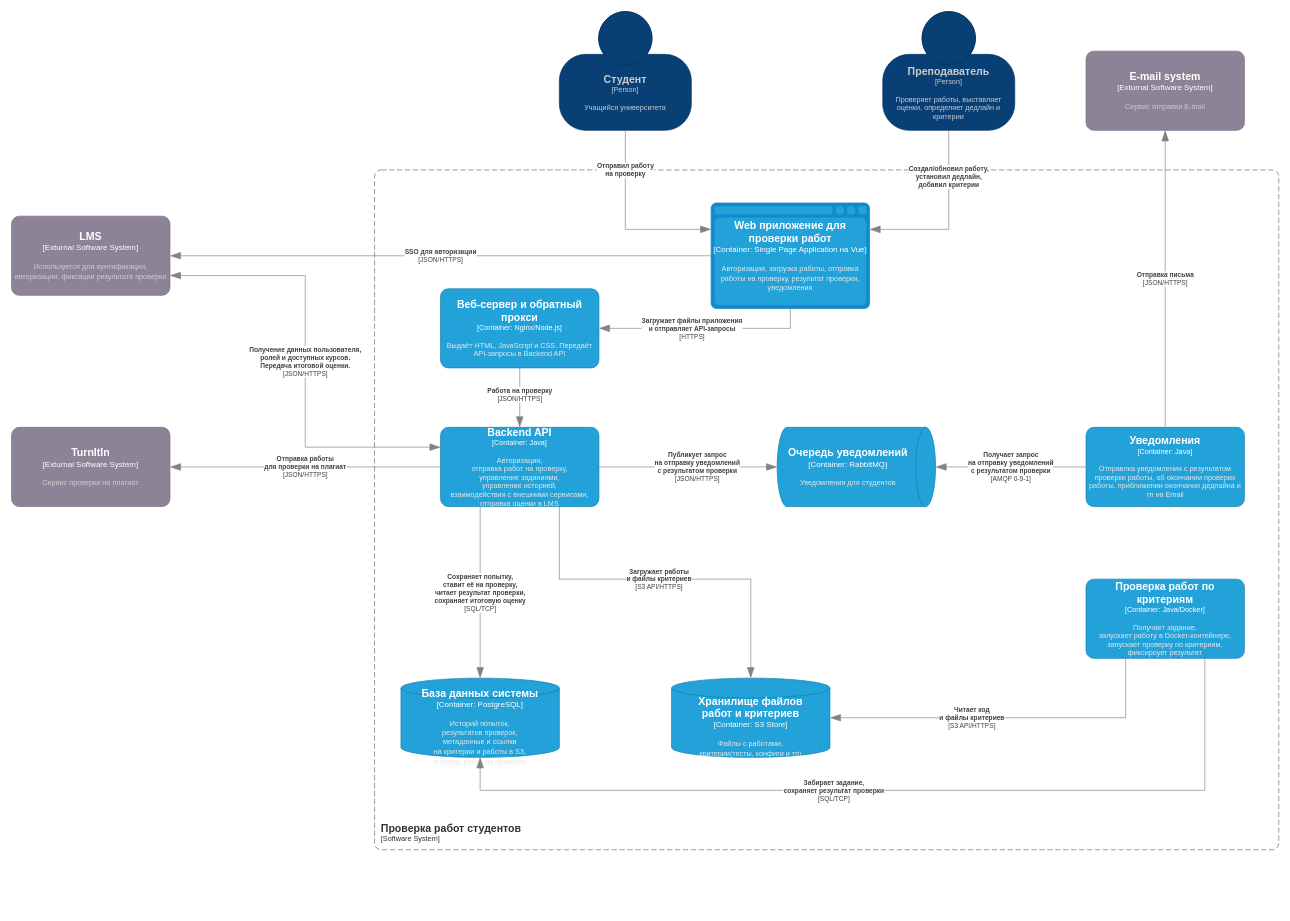
uHiderovich/otus-arch-po keeps this draw.io diagram as HW4/containers.drawio. Above is the earlier version. Source tidied: cells renumbered, new cells numbered last; positions are measured from the earlier drawing's top-left corner, leaving out a move shared by most shapes. Both pictures are drawn from the tidied source at 66%, with x=0, y=0 at pixel (11, 11).
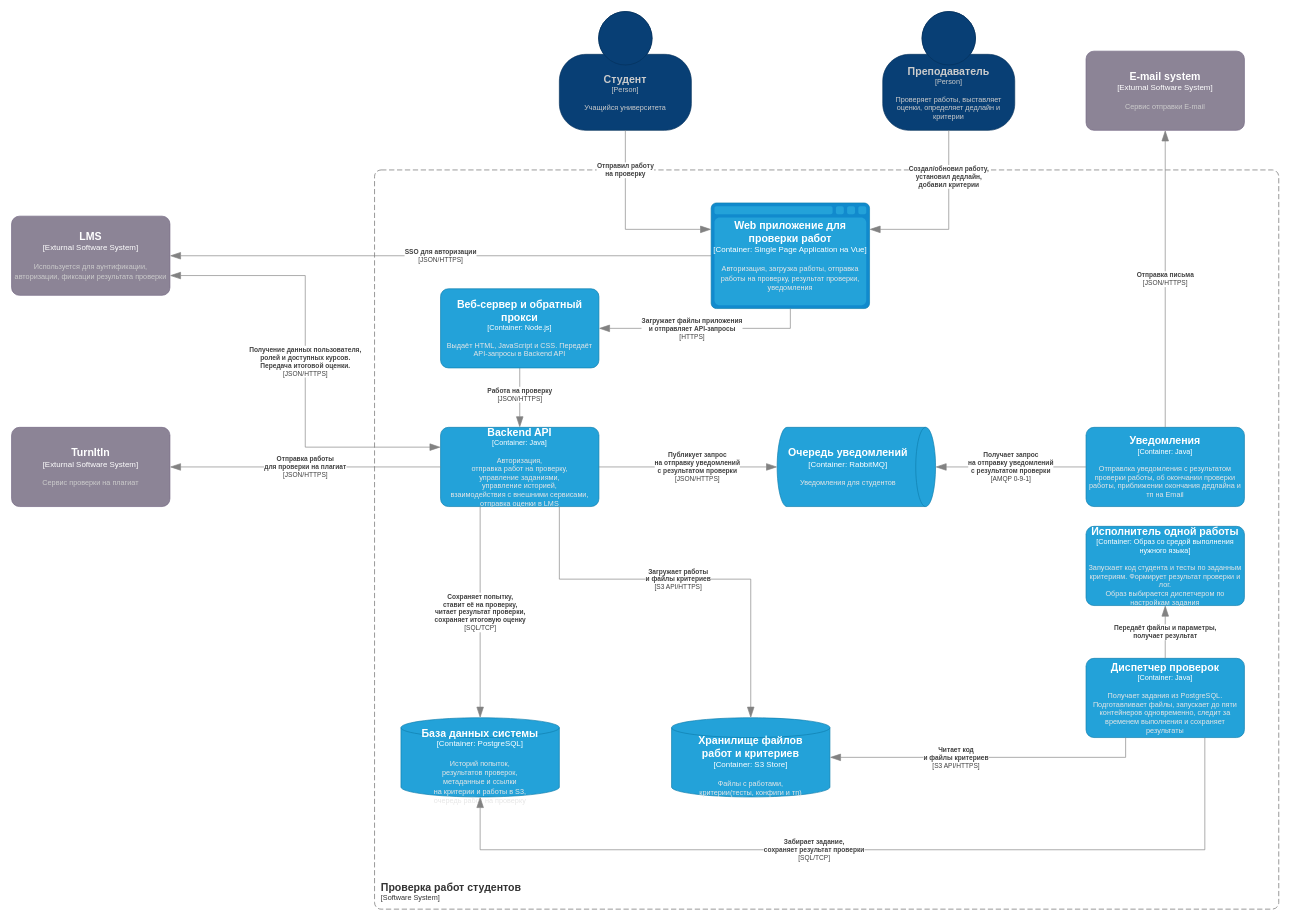
After the change.

The edit, as a diff of the source:
```diff
@@
     <object id="6" label="&lt;font style=&quot;font-size: 16px&quot;&gt;&lt;b&gt;%c4Type%&lt;/b&gt;&lt;/font&gt;&lt;div&gt;[%c4Container%:&amp;nbsp;%c4Technology%]&lt;/div&gt;&lt;br&gt;&lt;div&gt;&lt;font style=&quot;font-size: 11px&quot;&gt;&lt;font color=&quot;#E6E6E6&quot;&gt;%c4Description%&lt;/font&gt;&lt;/div&gt;" c4Container="Container" c4Description="Историй попыток, &#10;результатов проверок,&#10;метаданные и ссылки &#10;на критерии и работы в S3,&#10;очередь работ на проверку" c4Technology="PostgreSQL" c4Type="База данных системы" placeholders="1">
       <mxCell style="shape=cylinder3;size=15;whiteSpace=wrap;html=1;boundedLbl=1;rounded=0;labelBackgroundColor=none;fillColor=#23A2D9;fontSize=12;fontColor=#ffffff;align=center;strokeColor=#0E7DAD;points=[[0.5,0,0],[1,0.25,0],[1,0.5,0],[1,0.75,0],[0.5,1,0],[0,0.75,0],[0,0.5,0],[0,0.25,0]];" parent="1" vertex="1">
-        <mxGeometry x="590" y="1010" width="240" height="120" as="geometry" />
+        <mxGeometry x="590" y="1070" width="240" height="120" as="geometry" />
       </mxCell>
     </object>
@@
     <object id="8" label="&lt;font style=&quot;font-size: 16px&quot;&gt;&lt;b&gt;&lt;div style=&quot;text-align: left&quot;&gt;%c4Name%&lt;/div&gt;&lt;/b&gt;&lt;/font&gt;&lt;div style=&quot;text-align: left&quot;&gt;[%c4Application%]&lt;/div&gt;" c4Application="Software System" c4Name="Проверка работ студентов" placeholders="1">
       <mxCell style="rounded=1;fontSize=11;whiteSpace=wrap;html=1;dashed=1;arcSize=20;fillColor=none;strokeColor=#666666;fontColor=#333333;labelBackgroundColor=none;align=left;verticalAlign=bottom;labelBorderColor=none;spacingTop=0;spacing=10;dashPattern=8 4;perimeter=rectanglePerimeter;noLabel=0;labelPadding=0;absoluteArcSize=1;" parent="1" vertex="1">
-        <mxGeometry x="550" y="240" width="1370" height="1030" as="geometry" />
+        <mxGeometry x="550" y="240" width="1370" height="1120" as="geometry" />
       </mxCell>
     </object>
@@
-    <object id="11" label="&lt;font style=&quot;font-size: 16px&quot;&gt;&lt;b&gt;%c4Name%&lt;/b&gt;&lt;/font&gt;&lt;div&gt;[%c4Type%: %c4Technology%]&lt;/div&gt;&lt;br&gt;&lt;div&gt;&lt;font style=&quot;font-size: 11px&quot;&gt;&lt;font color=&quot;#E6E6E6&quot;&gt;%c4Description%&lt;/font&gt;&lt;/div&gt;" c4Description="Получает задание,&#10;запускает работу в Docker-контейнере,&#10;запускает проверку по критериям,&#10;фиксироует результат&#10;" c4Name="Проверка работ по критериям" c4Technology="Java/Docker" c4Type="Container" placeholders="1">
+    <object id="11" label="&lt;font style=&quot;font-size: 16px&quot;&gt;&lt;b&gt;%c4Name%&lt;/b&gt;&lt;/font&gt;&lt;div&gt;[%c4Type%: %c4Technology%]&lt;/div&gt;&lt;br&gt;&lt;div&gt;&lt;font style=&quot;font-size: 11px&quot;&gt;&lt;font color=&quot;#E6E6E6&quot;&gt;%c4Description%&lt;/font&gt;&lt;/div&gt;" c4Description="Получает задания из PostgreSQL. Подготавливает файлы, запускает до пяти контейнеров одновременно, следит за временем выполнения и сохраняет результаты" c4Name="Диспетчер проверок" c4Technology="Java" c4Type="Container" placeholders="1">
       <mxCell style="rounded=1;whiteSpace=wrap;html=1;fontSize=11;labelBackgroundColor=none;fillColor=#23A2D9;fontColor=#ffffff;align=center;arcSize=10;strokeColor=#0E7DAD;points=[[0.25,0,0],[0.5,0,0],[0.75,0,0],[1,0.25,0],[1,0.5,0],[1,0.75,0],[0.75,1,0],[0.5,1,0],[0.25,1,0],[0,0.75,0],[0,0.5,0],[0,0.25,0]];" parent="1" vertex="1">
-        <mxGeometry x="1628" y="860" width="240" height="120" as="geometry" />
+        <mxGeometry x="1628" y="980" width="240" height="120" as="geometry" />
       </mxCell>
     </object>
     <object id="12" label="&lt;font style=&quot;font-size: 16px&quot;&gt;&lt;b&gt;%c4Type%&lt;/b&gt;&lt;/font&gt;&lt;div&gt;[%c4Container%:&amp;nbsp;%c4Technology%]&lt;/div&gt;&lt;br&gt;&lt;div&gt;&lt;font style=&quot;font-size: 11px&quot;&gt;&lt;font color=&quot;#E6E6E6&quot;&gt;%c4Description%&lt;/font&gt;&lt;/div&gt;" c4Container="Container" c4Description="Файлы с работами, &#10;критерии(тесты, конфиги и тп)" c4Technology="S3 Store" c4Type="Хранилище файлов &#10;работ и критериев" placeholders="1">
       <mxCell style="shape=cylinder3;size=15;whiteSpace=wrap;html=1;boundedLbl=1;rounded=0;labelBackgroundColor=none;fillColor=#23A2D9;fontSize=12;fontColor=#ffffff;align=center;strokeColor=#0E7DAD;points=[[0.5,0,0],[1,0.25,0],[1,0.5,0],[1,0.75,0],[0.5,1,0],[0,0.75,0],[0,0.5,0],[0,0.25,0]];" parent="1" vertex="1">
-        <mxGeometry x="1000" y="1010" width="240" height="120" as="geometry" />
+        <mxGeometry x="1000" y="1070" width="240" height="120" as="geometry" />
       </mxCell>
     </object>
@@
     <object id="19" label="&lt;div style=&quot;text-align: left&quot;&gt;&lt;div style=&quot;text-align: center&quot;&gt;&lt;b&gt;%c4Description%&lt;/b&gt;&lt;/div&gt;&lt;div style=&quot;text-align: center&quot;&gt;[%c4Technology%]&lt;/div&gt;&lt;/div&gt;" c4Description="Забирает задание, &#10;сохраняет результат проверки" c4Technology="SQL/TCP" placeholders="1">
       <mxCell style="endArrow=blockThin;html=1;fontSize=10;fontColor=#404040;strokeWidth=1;endFill=1;strokeColor=#828282;elbow=vertical;endSize=14;startSize=14;jumpStyle=arc;jumpSize=16;rounded=0;edgeStyle=orthogonalEdgeStyle;exitX=0.75;exitY=1;exitDx=0;exitDy=0;exitPerimeter=0;entryX=0.5;entryY=1;entryDx=0;entryDy=0;entryPerimeter=0;" parent="1" edge="1" source="11" target="6">
         <mxGeometry x="0.13" relative="1" as="geometry">
           <Array as="points">
-            <mxPoint x="1808" y="1180" />
-            <mxPoint x="710" y="1180" />
+            <mxPoint x="1808" y="1270" />
+            <mxPoint x="710" y="1270" />
           </Array>
         </mxGeometry>
       </mxCell>
     </object>
     <object id="20" label="&lt;div style=&quot;text-align: left&quot;&gt;&lt;div style=&quot;text-align: center&quot;&gt;&lt;b&gt;%c4Description%&lt;/b&gt;&lt;/div&gt;&lt;div style=&quot;text-align: center&quot;&gt;[%c4Technology%]&lt;/div&gt;&lt;/div&gt;" c4Description="Читает код &#10;и файлы критериев" c4Technology="S3 API/HTTPS" placeholders="1">
       <mxCell style="endArrow=blockThin;html=1;fontSize=10;fontColor=#404040;strokeWidth=1;endFill=1;strokeColor=#828282;elbow=vertical;endSize=14;startSize=14;jumpStyle=arc;jumpSize=16;rounded=0;edgeStyle=orthogonalEdgeStyle;exitX=0.25;exitY=1;exitDx=0;exitDy=0;exitPerimeter=0;entryX=1;entryY=0.5;entryDx=0;entryDy=0;entryPerimeter=0;" parent="1" edge="1" source="11" target="12">
-        <mxGeometry x="0.2" relative="1" as="geometry">
-          <Array as="points">
-            <mxPoint x="1688" y="1070" />
-          </Array>
-        </mxGeometry>
+        <mxGeometry x="0.2" relative="1" as="geometry" />
       </mxCell>
     </object>
@@
-    <object id="28" label="&lt;font style=&quot;font-size: 16px&quot;&gt;&lt;b&gt;%c4Name%&lt;/b&gt;&lt;/font&gt;&lt;div&gt;[%c4Type%: %c4Technology%]&lt;/div&gt;&lt;br&gt;&lt;div&gt;&lt;font style=&quot;font-size: 11px&quot;&gt;&lt;font color=&quot;#E6E6E6&quot;&gt;%c4Description%&lt;/font&gt;&lt;/div&gt;" c4Description="Выдаёт HTML, JavaScript и CSS. Передаёт API-запросы в Backend API" c4Name="Веб-сервер и обратный прокси" c4Technology="Nginx/Node.js" c4Type="Container" placeholders="1">
+    <object id="28" label="&lt;font style=&quot;font-size: 16px&quot;&gt;&lt;b&gt;%c4Name%&lt;/b&gt;&lt;/font&gt;&lt;div&gt;[%c4Type%: %c4Technology%]&lt;/div&gt;&lt;br&gt;&lt;div&gt;&lt;font style=&quot;font-size: 11px&quot;&gt;&lt;font color=&quot;#E6E6E6&quot;&gt;%c4Description%&lt;/font&gt;&lt;/div&gt;" c4Description="Выдаёт HTML, JavaScript и CSS. Передаёт API-запросы в Backend API" c4Name="Веб-сервер и обратный прокси" c4Technology="Node.js" c4Type="Container" placeholders="1">
       <mxCell style="rounded=1;whiteSpace=wrap;html=1;fontSize=11;labelBackgroundColor=none;fillColor=#23A2D9;fontColor=#ffffff;align=center;arcSize=10;strokeColor=#0E7DAD;points=[[0.25,0,0],[0.5,0,0],[0.75,0,0],[1,0.25,0],[1,0.5,0],[1,0.75,0],[0.75,1,0],[0.5,1,0],[0.25,1,0],[0,0.75,0],[0,0.5,0],[0,0.25,0]];" parent="1" vertex="1">
         <mxGeometry x="650" y="420" width="240" height="120" as="geometry" />
       </mxCell>
     </object>
@@
+    <object id="30" label="&lt;font style=&quot;font-size: 16px&quot;&gt;&lt;b&gt;%c4Name%&lt;/b&gt;&lt;/font&gt;&lt;div&gt;[%c4Type%: %c4Technology%]&lt;/div&gt;&lt;br&gt;&lt;div&gt;&lt;font style=&quot;font-size: 11px&quot;&gt;&lt;font color=&quot;#E6E6E6&quot;&gt;%c4Description%&lt;/font&gt;&lt;/div&gt;" c4Description="Запускает код студента и тесты по заданным критериям. Формирует результат проверки и лог. &#10;Образ выбирается диспетчером по настройкам задания" c4Name="Исполнитель одной работы" c4Technology="Образ со средой выполнения нужного языка" c4Type="Container" placeholders="1">
+      <mxCell style="rounded=1;whiteSpace=wrap;html=1;fontSize=11;labelBackgroundColor=none;fillColor=#23A2D9;fontColor=#ffffff;align=center;arcSize=10;strokeColor=#0E7DAD;points=[[0.25,0,0],[0.5,0,0],[0.75,0,0],[1,0.25,0],[1,0.5,0],[1,0.75,0],[0.75,1,0],[0.5,1,0],[0.25,1,0],[0,0.75,0],[0,0.5,0],[0,0.25,0]];" parent="1" vertex="1">
+        <mxGeometry x="1628" y="780" width="240" height="120" as="geometry" />
+      </mxCell>
+    </object>
+    <object id="31" label="&lt;div style=&quot;text-align: left&quot;&gt;&lt;div style=&quot;text-align: center&quot;&gt;&lt;b&gt;%c4Description%&lt;/b&gt;&lt;/div&gt;" c4Description="Передаёт файлы и параметры, &#10;получает результат" placeholders="1">
+      <mxCell style="endArrow=blockThin;html=1;fontSize=10;fontColor=#404040;strokeWidth=1;endFill=1;strokeColor=#828282;elbow=vertical;endSize=14;startSize=14;jumpStyle=arc;jumpSize=16;rounded=0;edgeStyle=orthogonalEdgeStyle;exitX=0.5;exitY=0;exitDx=0;exitDy=0;exitPerimeter=0;entryX=0.5;entryY=1;entryDx=0;entryDy=0;entryPerimeter=0;" parent="1" edge="1" source="11" target="30">
+        <mxGeometry relative="1" as="geometry" />
+      </mxCell>
+    </object>
```
